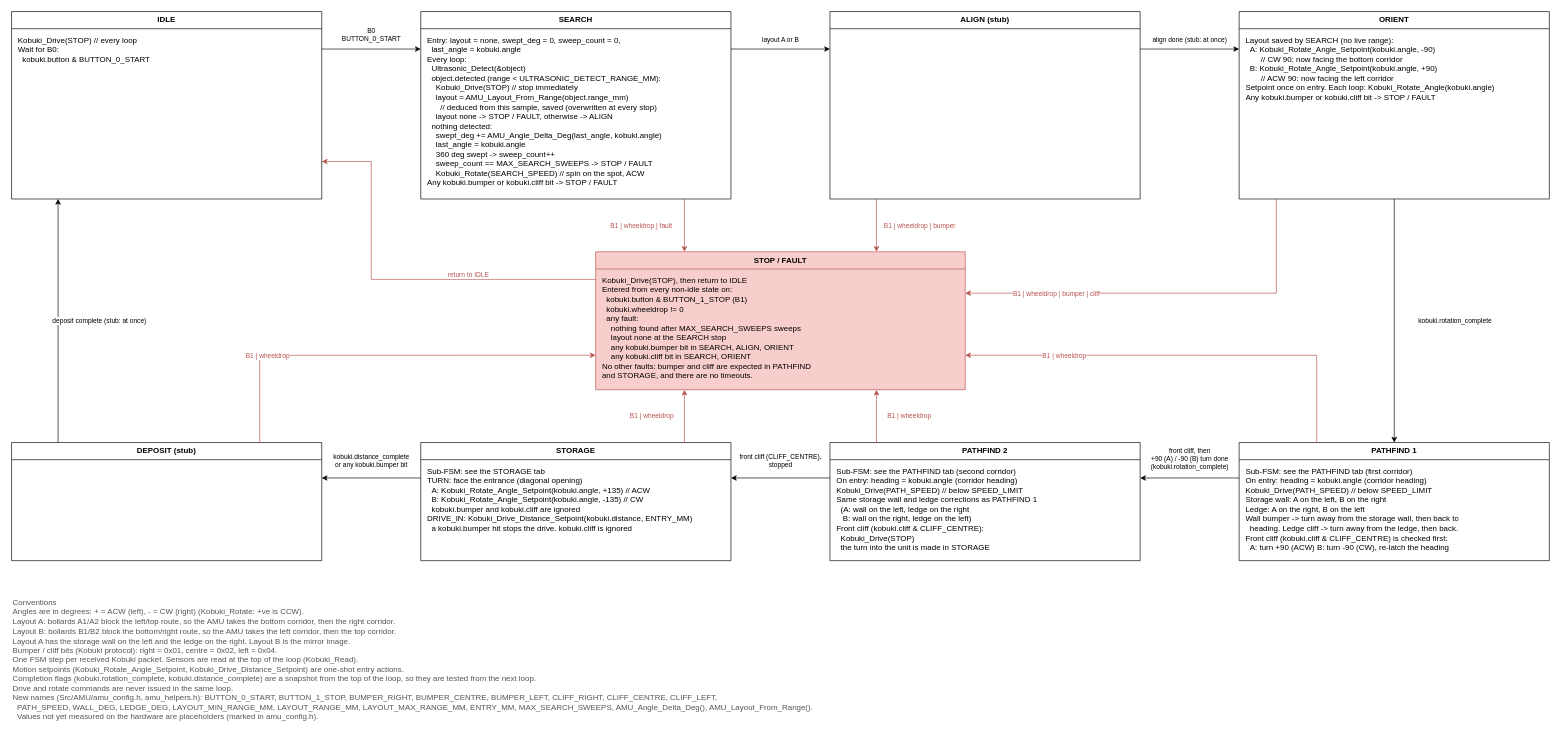
Above: page "AMU FSM" (1 of 3) of docs/amu_fsm.drawio in hiten011/MicroControllingProject (draw.io), before the change. Source tidied: cells renumbered, new cells numbered last; positions are measured from the earlier drawing's top-left corner, leaving out a move shared by most shapes. Both pictures are drawn from the tidied source at 66%, with x=0, y=0 at pixel (11, 11).
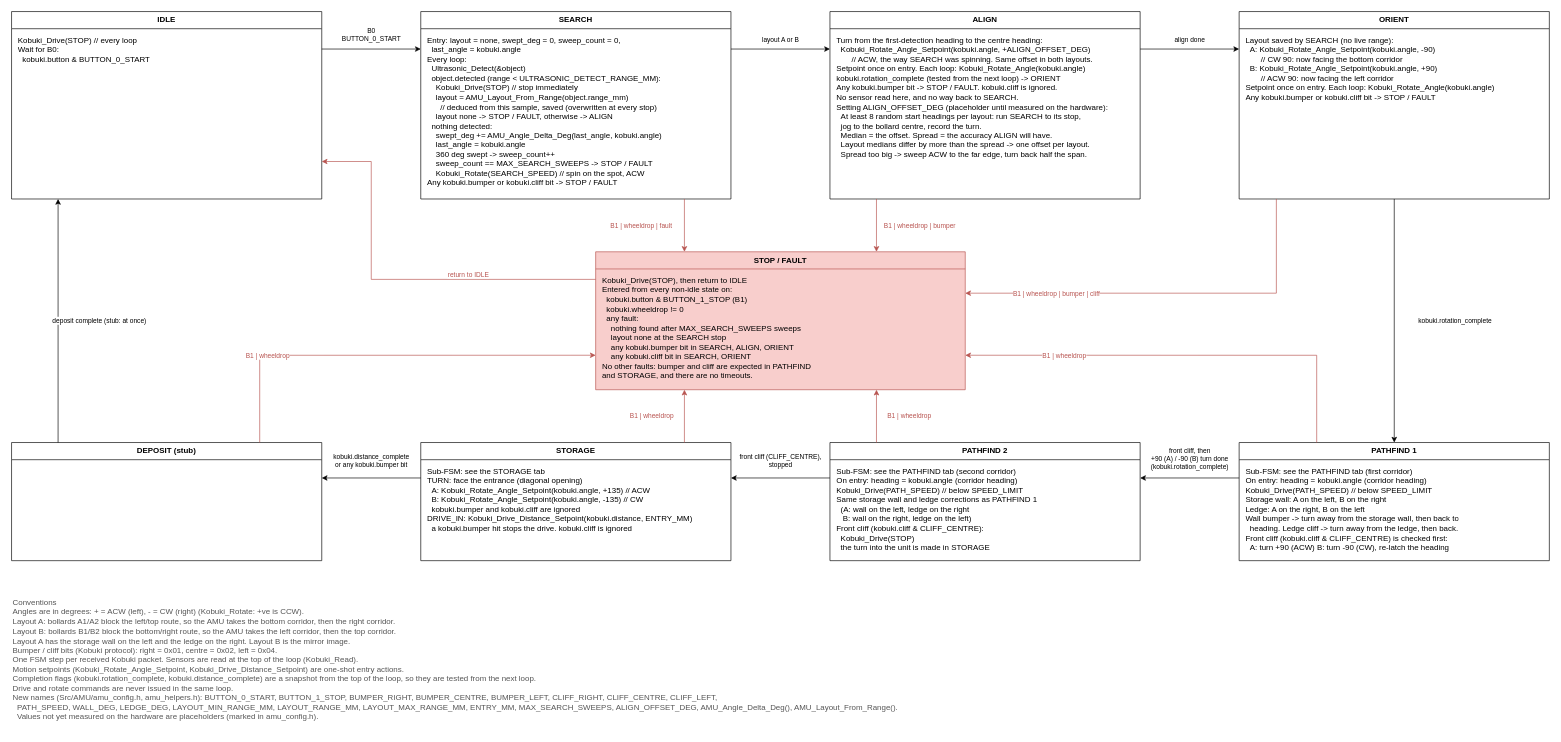
Above is the later version.

Commit message (it also covers changes not shown here):
Draw the ALIGN state: one turn by a fixed offset (#65)

Unchanged cells that the change refers to:
```xml
<mxCell id="7" value="ORIENT" style="swimlane;fontStyle=1;align=center;verticalAlign=middle;startSize=26;horizontal=1;html=1;whiteSpace=wrap;fontSize=12;fontFamily=Helvetica;fillColor=#ffffff;strokeColor=#000000;swimlaneFillColor=#ffffff;" parent="1" vertex="1">
  <mxGeometry x="1860" width="470" height="284" as="geometry" />
</mxCell>
```

What changed in the source:
```diff
@@
-    <mxCell id="6" value="ALIGN (stub)" style="swimlane;fontStyle=1;align=center;verticalAlign=middle;startSize=26;horizontal=1;html=1;whiteSpace=wrap;fontSize=12;fontFamily=Helvetica;fillColor=#ffffff;strokeColor=#000000;swimlaneFillColor=#ffffff;" parent="1" vertex="1">
+    <mxCell id="6" value="ALIGN" style="swimlane;fontStyle=1;align=center;verticalAlign=middle;startSize=26;horizontal=1;html=1;whiteSpace=wrap;fontSize=12;fontFamily=Helvetica;fillColor=#ffffff;strokeColor=#000000;swimlaneFillColor=#ffffff;" parent="1" vertex="1">
       <mxGeometry x="1240" width="470" height="284" as="geometry" />
     </mxCell>
+    <mxCell id="35" value="Turn from the first-detection heading to the centre heading:&lt;br&gt;&amp;nbsp;&amp;nbsp;Kobuki_Rotate_Angle_Setpoint(kobuki.angle, +ALIGN_OFFSET_DEG)&lt;br&gt;&amp;nbsp;&amp;nbsp;&amp;nbsp;&amp;nbsp;&amp;nbsp;&amp;nbsp;&amp;nbsp;// ACW, the way SEARCH was spinning. Same offset in both layouts.&lt;br&gt;Setpoint once on entry. Each loop: Kobuki_Rotate_Angle(kobuki.angle)&lt;br&gt;kobuki.rotation_complete (tested from the next loop) -&amp;gt; ORIENT&lt;br&gt;Any kobuki.bumper bit -&amp;gt; STOP / FAULT. kobuki.cliff is ignored.&lt;br&gt;No sensor read here, and no way back to SEARCH.&lt;br&gt;Setting ALIGN_OFFSET_DEG (placeholder until measured on the hardware):&lt;br&gt;&amp;nbsp;&amp;nbsp;At least 8 random start headings per layout: run SEARCH to its stop,&lt;br&gt;&amp;nbsp;&amp;nbsp;jog to the bollard centre, record the turn.&lt;br&gt;&amp;nbsp;&amp;nbsp;Median = the offset. Spread = the accuracy ALIGN will have.&lt;br&gt;&amp;nbsp;&amp;nbsp;Layout medians differ by more than the spread -&amp;gt; one offset per layout.&lt;br&gt;&amp;nbsp;&amp;nbsp;Spread too big -&amp;gt; sweep ACW to the far edge, turn back half the span." style="text;html=1;align=left;verticalAlign=top;whiteSpace=wrap;spacingLeft=8;spacingRight=6;spacingTop=4;fontSize=12;fontFamily=Helvetica;overflow=hidden;" parent="6" vertex="1">
+      <mxGeometry y="26" width="470" height="258" as="geometry" />
+    </mxCell>
@@
-    <mxCell id="20" value="align done (stub: at once)" style="edgeStyle=orthogonalEdgeStyle;rounded=0;jettySize=auto;html=1;endArrow=classic;endFill=1;strokeColor=#000000;fontColor=#000000;fontSize=10;fontFamily=Helvetica;labelBackgroundColor=#ffffff;exitX=1.0000;exitY=0.2000;exitDx=0;exitDy=0;entryX=0.0000;entryY=0.2000;entryDx=0;entryDy=0;" parent="1" edge="1" source="6" target="7">
+    <mxCell id="20" value="align done" style="edgeStyle=orthogonalEdgeStyle;rounded=0;jettySize=auto;html=1;endArrow=classic;endFill=1;strokeColor=#000000;fontColor=#000000;fontSize=10;fontFamily=Helvetica;labelBackgroundColor=#ffffff;exitX=1.0000;exitY=0.2000;exitDx=0;exitDy=0;entryX=0.0000;entryY=0.2000;entryDx=0;entryDy=0;" parent="1" edge="1" source="6" target="7">
       <mxGeometry relative="1" as="geometry">
         <mxPoint y="-14" as="offset" />
       </mxGeometry>
     </mxCell>
@@
-    <mxCell id="34" value="Conventions&lt;br&gt;Angles are in degrees: + = ACW (left), - = CW (right)  (Kobuki_Rotate: +ve is CCW).&lt;br&gt;Layout A: bollards A1/A2 block the left/top route, so the AMU takes the bottom corridor, then the right corridor.&lt;br&gt;Layout B: bollards B1/B2 block the bottom/right route, so the AMU takes the left corridor, then the top corridor.&lt;br&gt;Layout A has the storage wall on the left and the ledge on the right. Layout B is the mirror image.&lt;br&gt;Bumper / cliff bits (Kobuki protocol): right = 0x01, centre = 0x02, left = 0x04.&lt;br&gt;One FSM step per received Kobuki packet. Sensors are read at the top of the loop (Kobuki_Read).&lt;br&gt;Motion setpoints (Kobuki_Rotate_Angle_Setpoint, Kobuki_Drive_Distance_Setpoint) are one-shot entry actions.&lt;br&gt;Completion flags (kobuki.rotation_complete, kobuki.distance_complete) are a snapshot from the top of the loop, so they are tested from the next loop.&lt;br&gt;Drive and rotate commands are never issued in the same loop.&lt;br&gt;New names (Src/AMU/amu_config.h, amu_helpers.h): BUTTON_0_START, BUTTON_1_STOP, BUMPER_RIGHT, BUMPER_CENTRE, BUMPER_LEFT, CLIFF_RIGHT, CLIFF_CENTRE, CLIFF_LEFT,&lt;br&gt;&amp;nbsp;&amp;nbsp;PATH_SPEED, WALL_DEG, LEDGE_DEG, LAYOUT_MIN_RANGE_MM, LAYOUT_RANGE_MM, LAYOUT_MAX_RANGE_MM, ENTRY_MM, MAX_SEARCH_SWEEPS, AMU_Angle_Delta_Deg(), AMU_Layout_From_Range().&lt;br&gt;&amp;nbsp;&amp;nbsp;Values not yet measured on the hardware are placeholders (marked in amu_config.h)." style="text;html=1;align=left;verticalAlign=top;whiteSpace=wrap;fontSize=12;fontFamily=Helvetica;fontColor=#555555;" parent="1" vertex="1">
+    <mxCell id="34" value="Conventions&lt;br&gt;Angles are in degrees: + = ACW (left), - = CW (right)  (Kobuki_Rotate: +ve is CCW).&lt;br&gt;Layout A: bollards A1/A2 block the left/top route, so the AMU takes the bottom corridor, then the right corridor.&lt;br&gt;Layout B: bollards B1/B2 block the bottom/right route, so the AMU takes the left corridor, then the top corridor.&lt;br&gt;Layout A has the storage wall on the left and the ledge on the right. Layout B is the mirror image.&lt;br&gt;Bumper / cliff bits (Kobuki protocol): right = 0x01, centre = 0x02, left = 0x04.&lt;br&gt;One FSM step per received Kobuki packet. Sensors are read at the top of the loop (Kobuki_Read).&lt;br&gt;Motion setpoints (Kobuki_Rotate_Angle_Setpoint, Kobuki_Drive_Distance_Setpoint) are one-shot entry actions.&lt;br&gt;Completion flags (kobuki.rotation_complete, kobuki.distance_complete) are a snapshot from the top of the loop, so they are tested from the next loop.&lt;br&gt;Drive and rotate commands are never issued in the same loop.&lt;br&gt;New names (Src/AMU/amu_config.h, amu_helpers.h): BUTTON_0_START, BUTTON_1_STOP, BUMPER_RIGHT, BUMPER_CENTRE, BUMPER_LEFT, CLIFF_RIGHT, CLIFF_CENTRE, CLIFF_LEFT,&lt;br&gt;&amp;nbsp;&amp;nbsp;PATH_SPEED, WALL_DEG, LEDGE_DEG, LAYOUT_MIN_RANGE_MM, LAYOUT_RANGE_MM, LAYOUT_MAX_RANGE_MM, ENTRY_MM, MAX_SEARCH_SWEEPS, ALIGN_OFFSET_DEG, AMU_Angle_Delta_Deg(), AMU_Layout_From_Range().&lt;br&gt;&amp;nbsp;&amp;nbsp;Values not yet measured on the hardware are placeholders (marked in amu_config.h)." style="text;html=1;align=left;verticalAlign=top;whiteSpace=wrap;fontSize=12;fontFamily=Helvetica;fontColor=#555555;" parent="1" vertex="1">
       <mxGeometry y="882" width="2300" height="207" as="geometry" />
     </mxCell>
```
